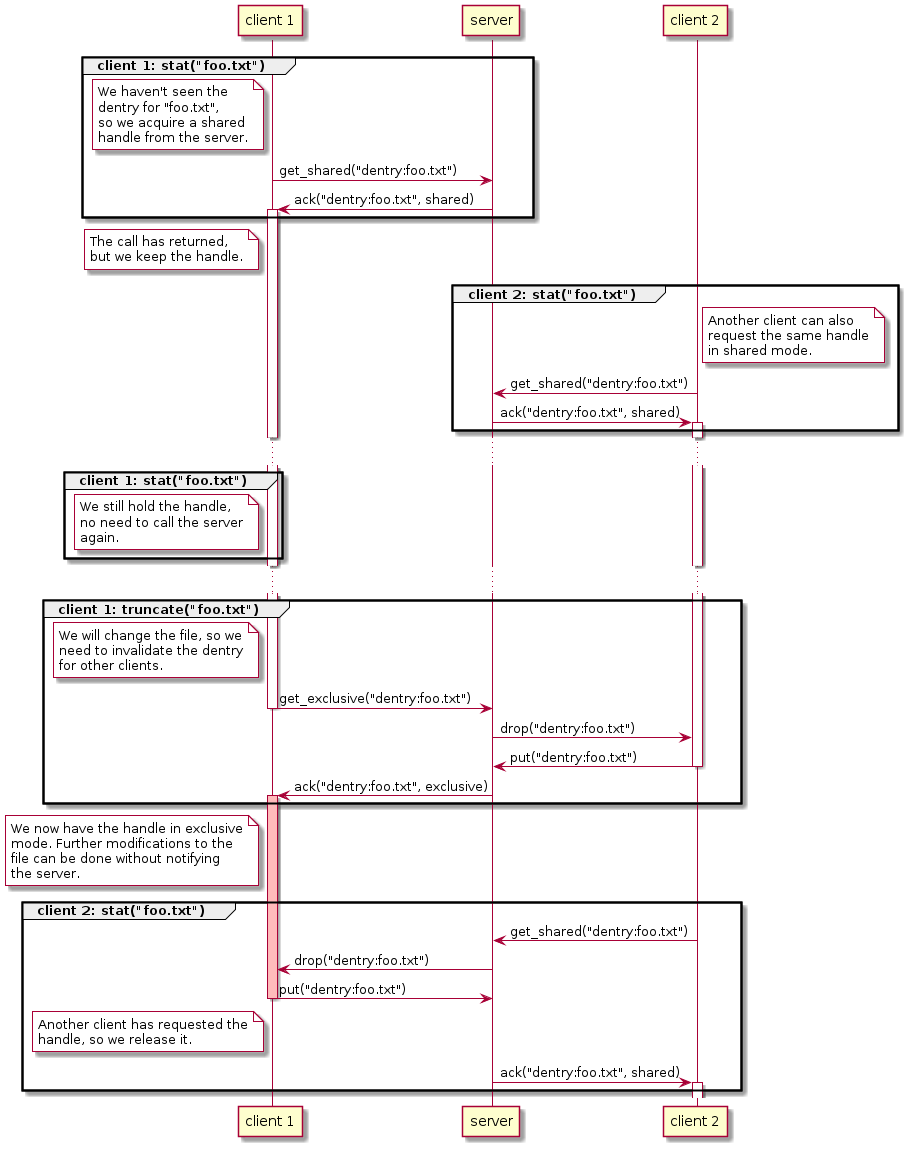
Earlier version of the PlantUML export diagrams/dentry.png (pwmarcz/fs-demo).
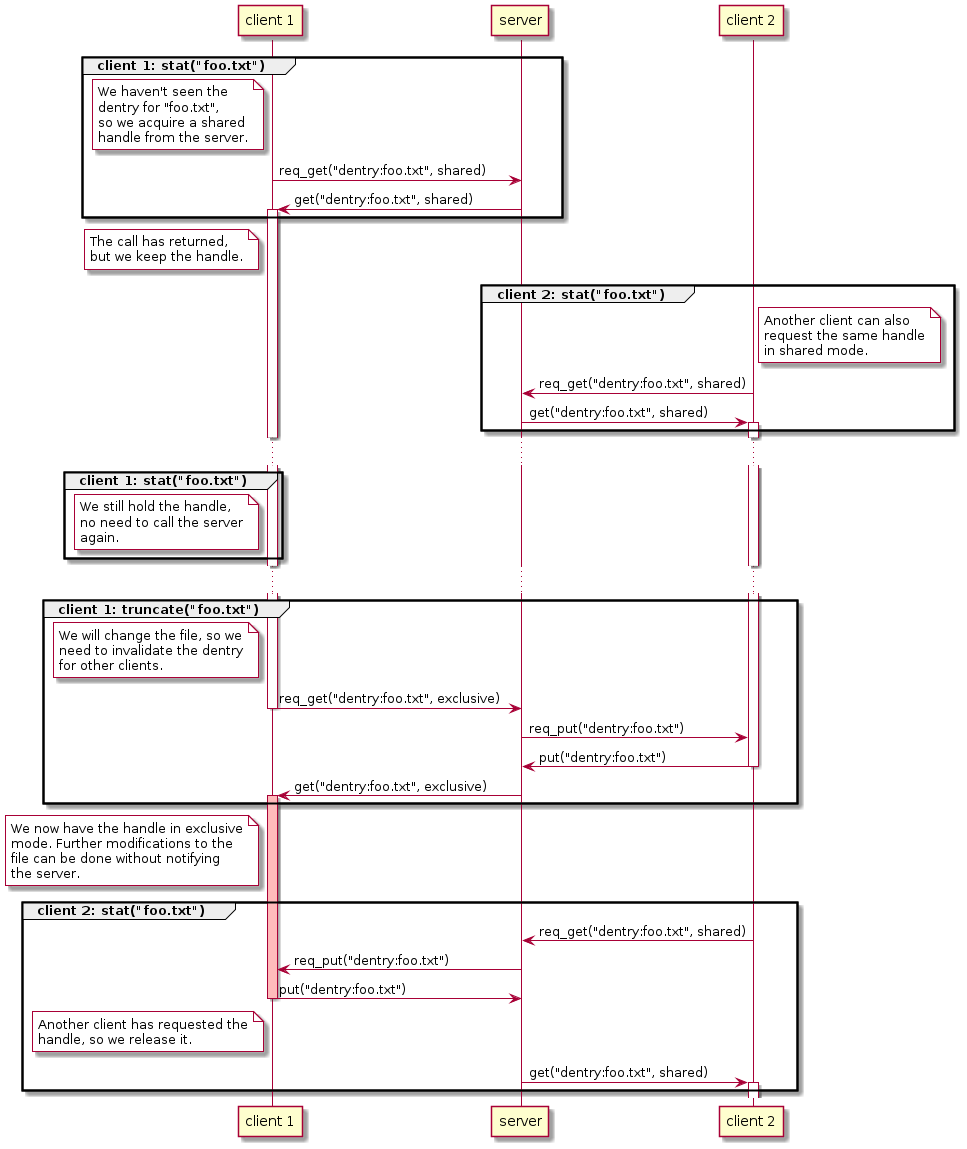
After the change.

The edit, as a diff of the source:
```diff
@@ -12,8 +12,8 @@
     handle from the server.
   end note
 
-  c1 -> s: get_shared("dentry:foo.txt")
-  s -> c1: ack("dentry:foo.txt", shared)
+  c1 -> s: req_get("dentry:foo.txt", shared)
+  s -> c1: get("dentry:foo.txt", shared)
   activate c1
 
 end
@@ -31,8 +31,8 @@
     in shared mode.
   end note
 
-  c2 -> s: get_shared("dentry:foo.txt")
-  s -> c2: ack("dentry:foo.txt", shared)
+  c2 -> s: req_get("dentry:foo.txt", shared)
+  s -> c2: get("dentry:foo.txt", shared)
   activate c2
 
 end
@@ -59,14 +59,14 @@
     for other clients.
   end note
 
-  c1 -> s: get_exclusive("dentry:foo.txt")
+  c1 -> s: req_get("dentry:foo.txt", exclusive)
   deactivate c1
 
-  s -> c2: drop("dentry:foo.txt")
+  s -> c2: req_put("dentry:foo.txt")
   c2 -> s: put("dentry:foo.txt")
   deactivate c2
 
-  s -> c1: ack("dentry:foo.txt", exclusive)
+  s -> c1: get("dentry:foo.txt", exclusive)
   activate c1 #ffbbbb
 
 end
@@ -80,8 +80,8 @@
 
 group client 2: stat("foo.txt")
 
-  c2 -> s: get_shared("dentry:foo.txt")
-  s -> c1: drop("dentry:foo.txt")
+  c2 -> s: req_get("dentry:foo.txt", shared)
+  s -> c1: req_put("dentry:foo.txt")
   c1 -> s: put("dentry:foo.txt")
   deactivate c1
 
@@ -90,7 +90,7 @@
     handle, so we release it.
   end note
 
-  s -> c2: ack("dentry:foo.txt", shared)
+  s -> c2: get("dentry:foo.txt", shared)
   activate c2
 
 end
```
